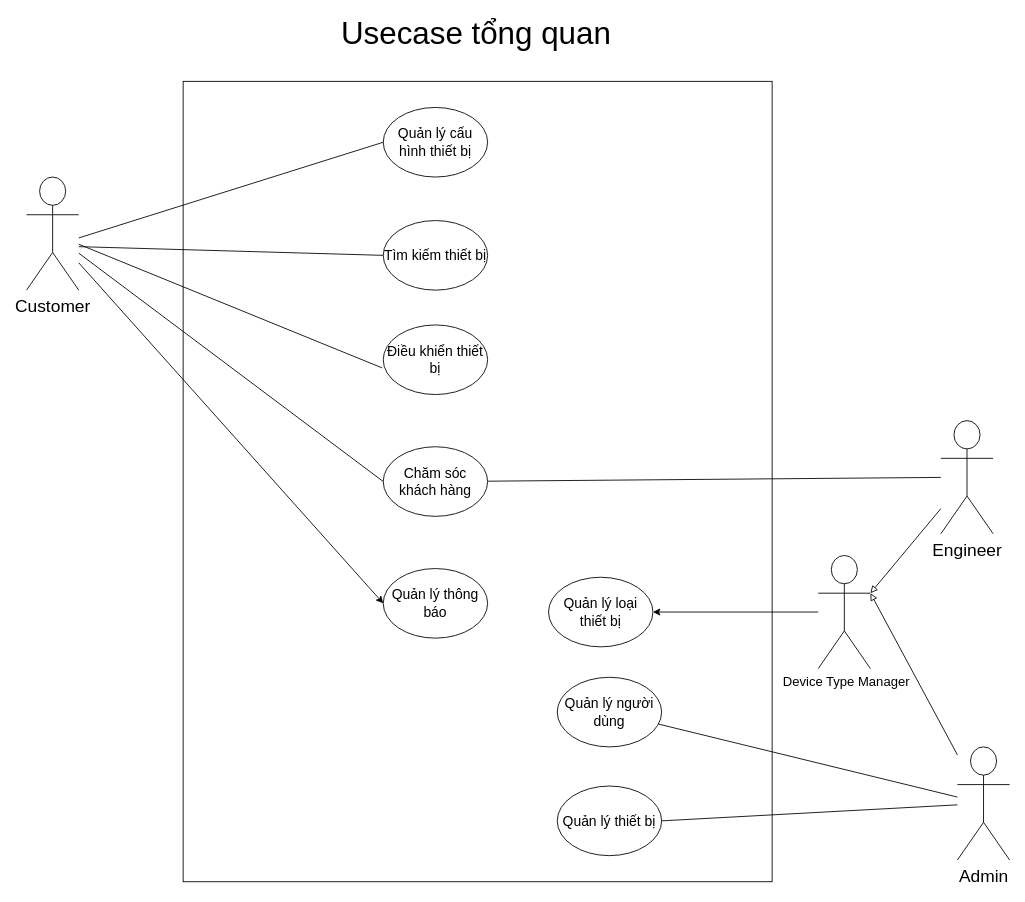
This is Usecase diagram/general_usecase_diagram.drawio from cuongceg/BTL-IT3120, a draw.io file, before an edit. Source tidied: cells renumbered, new cells numbered last; positions are measured from the earlier drawing's top-left corner, leaving out a move shared by most shapes. Both pictures are drawn from the tidied source at 87%, with x=0, y=0 at pixel (26, 20).
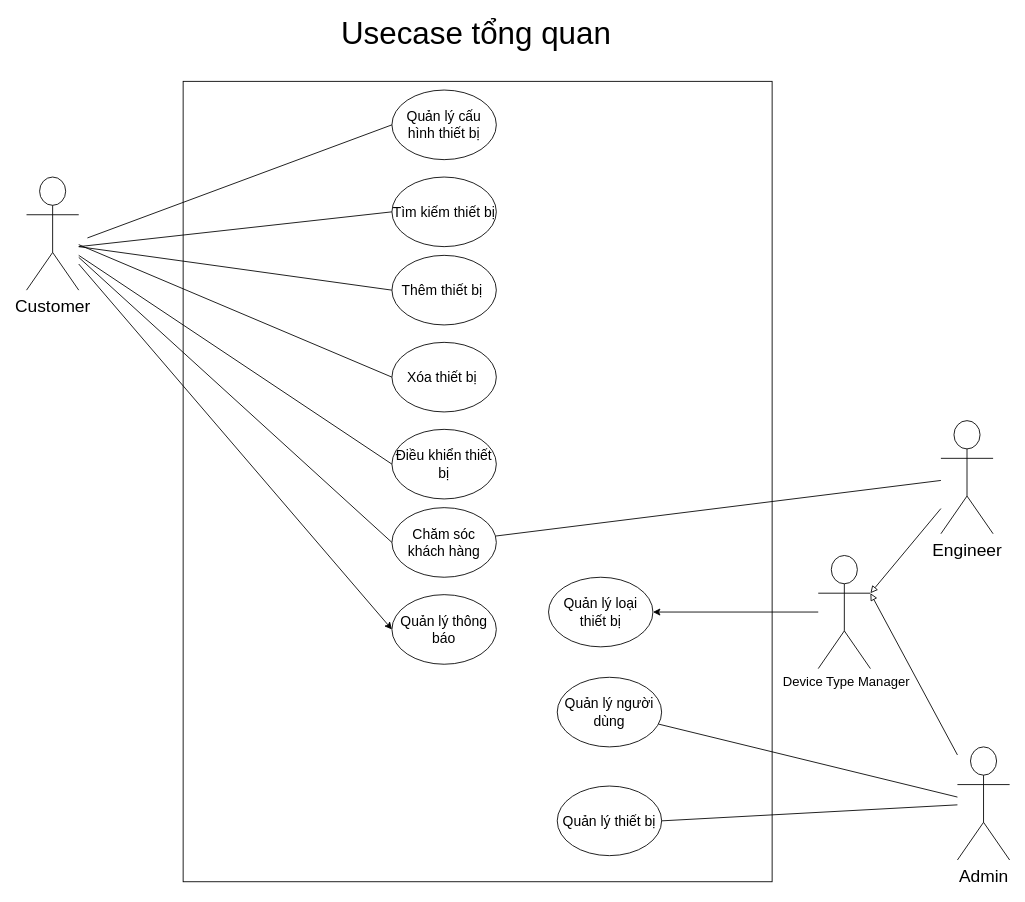
Above is the later version.

Commit message:
feat: add add device and remove device usecase

The change refers to these unchanged cells:
```xml
<mxCell id="16" value="&lt;span style=&quot;font-size: 20px;&quot;&gt;Customer&lt;/span&gt;" style="shape=umlActor;verticalLabelPosition=bottom;verticalAlign=top;html=1;outlineConnect=0;" parent="1" vertex="1">
  <mxGeometry y="180" width="60" height="130" as="geometry" />
</mxCell>
```

What changed in the source:
```diff
@@
     <mxCell id="8" value="&lt;font style=&quot;font-size: 16px;&quot;&gt;Quản lý cấu hình thiết bị&lt;/font&gt;" style="ellipse;whiteSpace=wrap;html=1;" parent="1" vertex="1">
-      <mxGeometry x="410" y="100" width="120" height="80" as="geometry" />
+      <mxGeometry x="420" y="80" width="120" height="80" as="geometry" />
     </mxCell>
@@
     <mxCell id="10" value="&lt;font style=&quot;font-size: 16px;&quot;&gt;Điều khiển thiết bị&lt;/font&gt;" style="ellipse;whiteSpace=wrap;html=1;" parent="1" vertex="1">
-      <mxGeometry x="410" y="350" width="120" height="80" as="geometry" />
+      <mxGeometry x="420" y="470" width="120" height="80" as="geometry" />
     </mxCell>
     <mxCell id="11" value="&lt;font style=&quot;font-size: 16px;&quot;&gt;Tìm kiếm thiết bị&lt;/font&gt;" style="ellipse;whiteSpace=wrap;html=1;" parent="1" vertex="1">
-      <mxGeometry x="410" y="230" width="120" height="80" as="geometry" />
+      <mxGeometry x="420" y="180" width="120" height="80" as="geometry" />
     </mxCell>
@@
     <mxCell id="13" value="&lt;font style=&quot;font-size: 16px;&quot;&gt;Chăm sóc khách hàng&lt;/font&gt;" style="ellipse;whiteSpace=wrap;html=1;" parent="1" vertex="1">
-      <mxGeometry x="410" y="490" width="120" height="80" as="geometry" />
+      <mxGeometry x="420" y="560" width="120" height="80" as="geometry" />
     </mxCell>
@@
+    <mxCell id="28" style="rounded=0;jettySize=auto;html=1;entryX=0;entryY=0.5;entryDx=0;entryDy=0;startArrow=none;startFill=0;endArrow=none;" parent="1" edge="1" target="31">
+      <mxGeometry relative="1" as="geometry">
+        <mxPoint x="60" y="260" as="sourcePoint" />
+      </mxGeometry>
+    </mxCell>
+    <mxCell id="29" style="rounded=0;jettySize=auto;html=1;entryX=0;entryY=0.5;entryDx=0;entryDy=0;endArrow=none;startFill=0;" parent="1" edge="1" source="16" target="30">
+      <mxGeometry relative="1" as="geometry" />
+    </mxCell>
@@
-    <mxCell id="19" style="rounded=0;jettySize=auto;html=1;entryX=-0.011;entryY=0.617;entryDx=0;entryDy=0;entryPerimeter=0;endArrow=none;startFill=0;" parent="1" edge="1" source="16" target="10">
-      <mxGeometry relative="1" as="geometry" />
+    <mxCell id="19" style="rounded=0;jettySize=auto;html=1;entryX=0;entryY=0.5;entryDx=0;entryDy=0;endArrow=none;startFill=0;" parent="1" edge="1" target="10">
+      <mxGeometry relative="1" as="geometry">
+        <mxPoint x="60" y="270" as="sourcePoint" />
+      </mxGeometry>
     </mxCell>
     <mxCell id="20" value="&lt;font style=&quot;font-size: 16px;&quot;&gt;Quản lý thông báo&lt;/font&gt;" style="ellipse;whiteSpace=wrap;html=1;" parent="1" vertex="1">
-      <mxGeometry x="410" y="630" width="120" height="80" as="geometry" />
+      <mxGeometry x="420" y="660" width="120" height="80" as="geometry" />
     </mxCell>
@@
     <mxCell id="23" style="endArrow=none;html=1;rounded=0;entryX=0;entryY=0.5;entryDx=0;entryDy=0;" parent="1" edge="1" target="8">
       <mxGeometry relative="1" as="geometry">
-        <mxPoint x="60" y="250" as="sourcePoint" />
+        <mxPoint x="70" y="250" as="sourcePoint" />
       </mxGeometry>
     </mxCell>
@@
+    <mxCell id="30" value="&lt;font style=&quot;font-size: 16px;&quot;&gt;Xóa thiết bị&amp;nbsp;&lt;/font&gt;" style="ellipse;whiteSpace=wrap;html=1;" parent="1" vertex="1">
+      <mxGeometry x="420" y="370" width="120" height="80" as="geometry" />
+    </mxCell>
+    <mxCell id="31" value="&lt;font style=&quot;font-size: 16px;&quot;&gt;Thêm thiết bị&amp;nbsp;&lt;/font&gt;" style="ellipse;whiteSpace=wrap;html=1;" parent="1" vertex="1">
+      <mxGeometry x="420" y="270" width="120" height="80" as="geometry" />
+    </mxCell>
```
